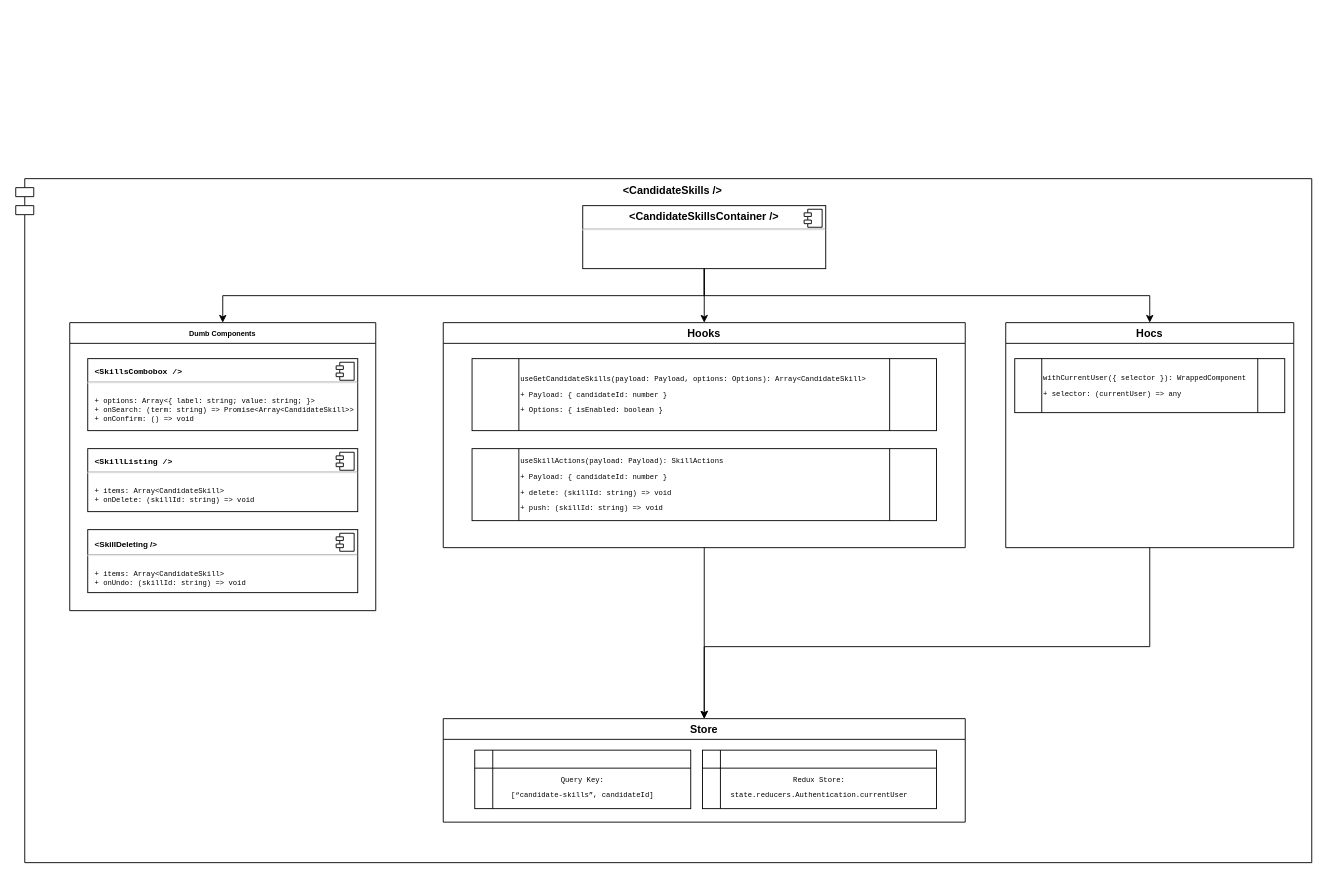
Earlier version of the draw.io diagram Untitled Diagram.drawio (felipecodes/felipecodes.com). Source tidied: cells renumbered, new cells numbered last; positions are measured from the earlier drawing's top-left corner, leaving out a move shared by most shapes. Both pictures are drawn from the tidied source at 90%, with x=0, y=0 at pixel (15, 178).
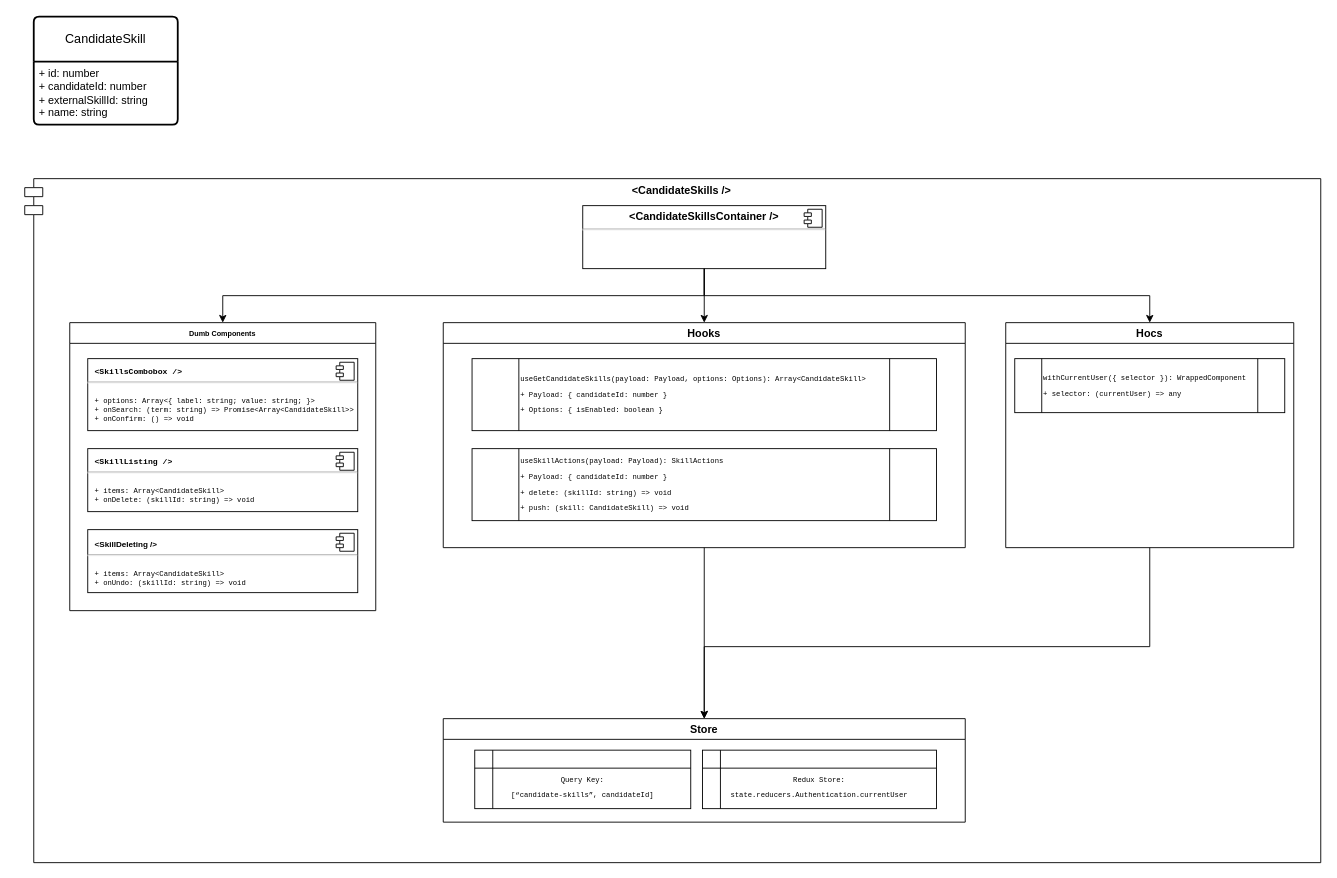
Above is the later version.

Commit message:
Candidate Skilss

Diff of the diagram source:
```diff
@@
     <mxCell id="2" value="&lt;b&gt;&amp;lt;CandidateSkills /&amp;gt;&lt;/b&gt;" style="shape=module;align=left;spacingLeft=20;align=center;verticalAlign=top;whiteSpace=wrap;html=1;" parent="1" vertex="1">
-      <mxGeometry width="1440" height="760" as="geometry" />
+      <mxGeometry x="10" width="1440" height="760" as="geometry" />
     </mxCell>
@@
-    <mxCell id="19" value="&lt;pre style=&quot;font-size: 8px;&quot;&gt;useSkillActions(payload: Payload): SkillActions&lt;/pre&gt;&lt;pre style=&quot;font-size: 8px;&quot;&gt;+ Payload: { candidateId: number }&lt;br&gt;&lt;/pre&gt;&lt;pre style=&quot;font-size: 8px;&quot;&gt;+ delete: (skillId: string) =&amp;gt; void&lt;/pre&gt;&lt;pre style=&quot;font-size: 8px;&quot;&gt;+ push: (skillId: string) =&amp;gt; void&lt;/pre&gt;" style="shape=process;whiteSpace=wrap;html=1;backgroundOutline=1;align=left;" parent="1" vertex="1">
+    <mxCell id="19" value="&lt;pre style=&quot;font-size: 8px;&quot;&gt;useSkillActions(payload: Payload): SkillActions&lt;/pre&gt;&lt;pre style=&quot;font-size: 8px;&quot;&gt;+ Payload: { candidateId: number }&lt;br&gt;&lt;/pre&gt;&lt;pre style=&quot;font-size: 8px;&quot;&gt;+ delete: (skillId: string) =&amp;gt; void&lt;/pre&gt;&lt;pre style=&quot;font-size: 8px;&quot;&gt;+ push: (skill: CandidateSkill) =&amp;gt; void&lt;/pre&gt;" style="shape=process;whiteSpace=wrap;html=1;backgroundOutline=1;align=left;" parent="1" vertex="1">
       <mxGeometry x="507" y="300" width="516" height="80" as="geometry" />
     </mxCell>
@@
+    <mxCell id="27" value="CandidateSkill" style="swimlane;horizontal=1;startSize=50;rounded=1;fontSize=14;fontStyle=0;strokeWidth=2;shadow=0;dashed=0;align=center;arcSize=4;whiteSpace=wrap;html=1;" parent="1" vertex="1">
+      <mxGeometry x="20" y="-180" width="160" height="120" as="geometry" />
+    </mxCell>
+    <mxCell id="28" value="+ id: number&lt;br&gt;+ candidateId: number&lt;br&gt;+ externalSkillId: string&lt;br&gt;+&amp;nbsp;name: string" style="align=left;strokeColor=none;fillColor=none;spacingLeft=4;fontSize=12;verticalAlign=top;html=1;" parent="27" vertex="1">
+      <mxGeometry y="50" width="160" height="70" as="geometry" />
+    </mxCell>
```
